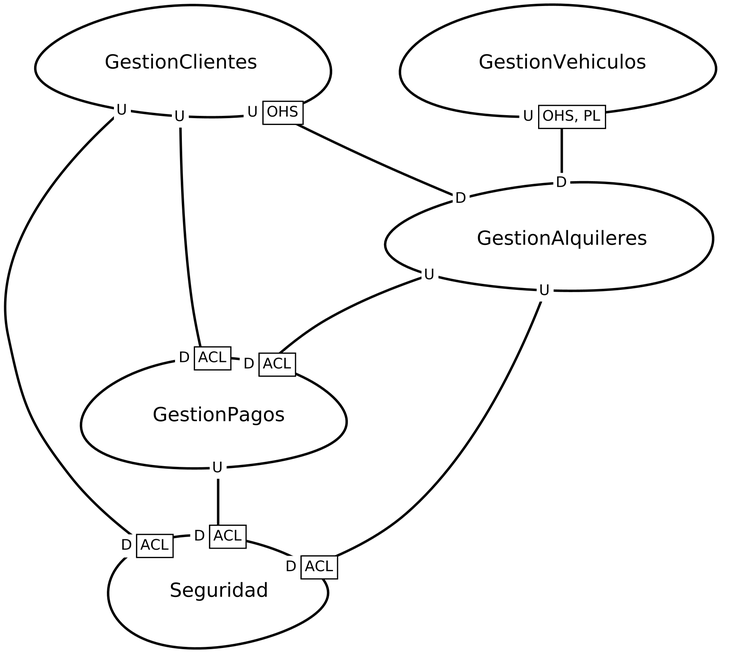
Above: src-gen/HuamanAlquiler_ContextMap.png in M4rc0HR/SWIIIHuamanAlquiler (Graphviz), before the change. Its source is kept beside it as src-gen/HuamanAlquiler_ContextMap.gv.
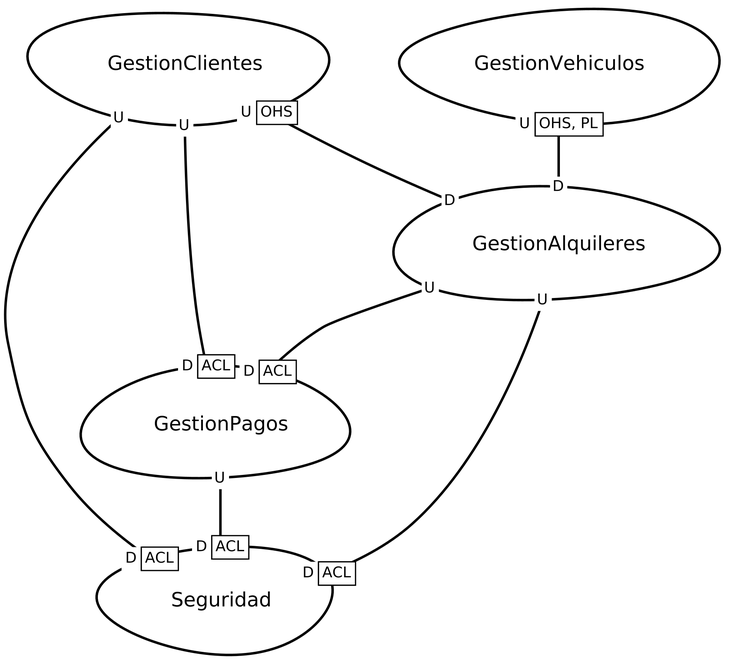
The same file after the commit.

Change to the diagram source:
```diff
@@ -1,10 +1,10 @@
 digraph "ContextMapGraph" {
 graph ["imagepath"="/tmp/GraphvizJava"]
-"GestionAlquileres" ["margin"="0.3","orientation"="188","shape"="egg","fontsize"="16","style"="bold","label"="GestionAlquileres\n","fontname"="sans-serif"]
-"Seguridad" ["margin"="0.3","orientation"="298","shape"="egg","fontsize"="16","style"="bold","label"="Seguridad\n","fontname"="sans-serif"]
-"GestionPagos" ["margin"="0.3","orientation"="15","shape"="egg","fontsize"="16","style"="bold","label"="GestionPagos\n","fontname"="sans-serif"]
-"GestionClientes" ["margin"="0.3","orientation"="235","shape"="egg","fontsize"="16","style"="bold","label"="GestionClientes\n","fontname"="sans-serif"]
-"GestionVehiculos" ["margin"="0.3","orientation"="215","shape"="egg","fontsize"="16","style"="bold","label"="GestionVehiculos\n","fontname"="sans-serif"]
+"GestionAlquileres" ["margin"="0.3","orientation"="111","shape"="egg","fontsize"="16","style"="bold","label"="GestionAlquileres\n","fontname"="sans-serif"]
+"Seguridad" ["margin"="0.3","orientation"="105","shape"="egg","fontsize"="16","style"="bold","label"="Seguridad\n","fontname"="sans-serif"]
+"GestionPagos" ["margin"="0.3","orientation"="5","shape"="egg","fontsize"="16","style"="bold","label"="GestionPagos\n","fontname"="sans-serif"]
+"GestionClientes" ["margin"="0.3","orientation"="57","shape"="egg","fontsize"="16","style"="bold","label"="GestionClientes\n","fontname"="sans-serif"]
+"GestionVehiculos" ["margin"="0.3","orientation"="307","shape"="egg","fontsize"="16","style"="bold","label"="GestionVehiculos\n","fontname"="sans-serif"]
 "GestionAlquileres" -> "Seguridad" ["headlabel"=<<table cellspacing="0" cellborder="1" border="0">
 <tr><td bgcolor="white" sides="r">D</td><td sides="trbl" bgcolor="white"><font>ACL</font></td></tr>
 </table>>,"labeldistance"="0","fontsize"="12","taillabel"=<<table cellspacing="0" cellborder="0" border="0">
@@ -20,6 +20,11 @@
 </table>>,"labeldistance"="0","fontsize"="12","taillabel"=<<table cellspacing="0" cellborder="0" border="0">
 <tr><td bgcolor="white">U</td></tr>
 </table>>,"style"="bold","label"="                                        ","dir"="none","fontname"="sans-serif"]
+"GestionClientes" -> "Seguridad" ["headlabel"=<<table cellspacing="0" cellborder="1" border="0">
+<tr><td bgcolor="white" sides="r">D</td><td sides="trbl" bgcolor="white"><font>ACL</font></td></tr>
+</table>>,"labeldistance"="0","fontsize"="12","taillabel"=<<table cellspacing="0" cellborder="0" border="0">
+<tr><td bgcolor="white">U</td></tr>
+</table>>,"style"="bold","label"="                                        ","dir"="none","fontname"="sans-serif"]
 "GestionClientes" -> "GestionAlquileres" ["headlabel"=<<table cellspacing="0" cellborder="0" border="0">
 <tr><td bgcolor="white">D</td></tr>
 </table>>,"labeldistance"="0","fontsize"="12","taillabel"=<<table cellspacing="0" cellborder="1" border="0">
@@ -30,11 +35,6 @@
 </table>>,"labeldistance"="0","fontsize"="12","taillabel"=<<table cellspacing="0" cellborder="0" border="0">
 <tr><td bgcolor="white">U</td></tr>
 </table>>,"style"="bold","label"="                                        ","dir"="none","fontname"="sans-serif"]
-"GestionClientes" -> "Seguridad" ["headlabel"=<<table cellspacing="0" cellborder="1" border="0">
-<tr><td bgcolor="white" sides="r">D</td><td sides="trbl" bgcolor="white"><font>ACL</font></td></tr>
-</table>>,"labeldistance"="0","fontsize"="12","taillabel"=<<table cellspacing="0" cellborder="0" border="0">
-<tr><td bgcolor="white">U</td></tr>
-</table>>,"style"="bold","label"="                                        ","dir"="none","fontname"="sans-serif"]
 "GestionVehiculos" -> "GestionAlquileres" ["headlabel"=<<table cellspacing="0" cellborder="0" border="0">
 <tr><td bgcolor="white">D</td></tr>
 </table>>,"labeldistance"="0","fontsize"="12","taillabel"=<<table cellspacing="0" cellborder="1" border="0">
```
